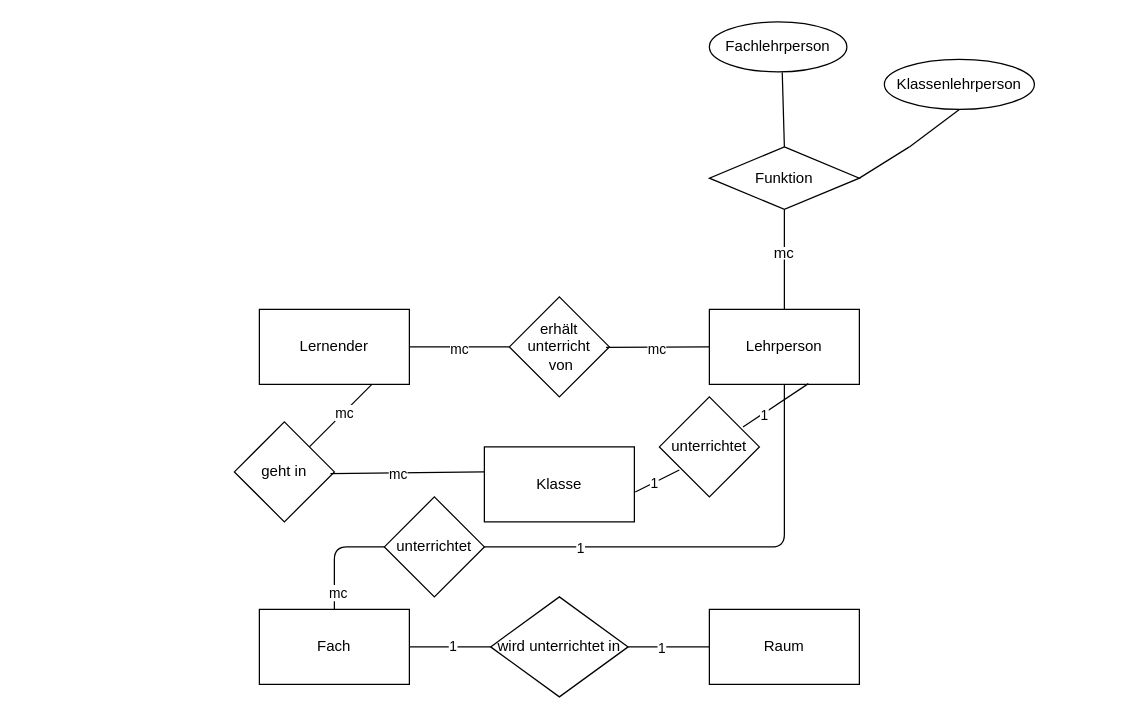
This is 1.LJ/M162/02 ER-Modell/4.6 Stundenplan/4.6 Stundenplan.dio from RubeldiRubelda/BBZW_Arbeitsbl-tter_und_Cheat_Sheets_INA2025, a draw.io file, before an edit. Source tidied: cells renumbered, new cells numbered last; positions are measured from the earlier drawing's top-left corner, leaving out a move shared by most shapes. Both pictures are drawn from the tidied source at 125%, with x=0, y=0 at pixel (234, 21).
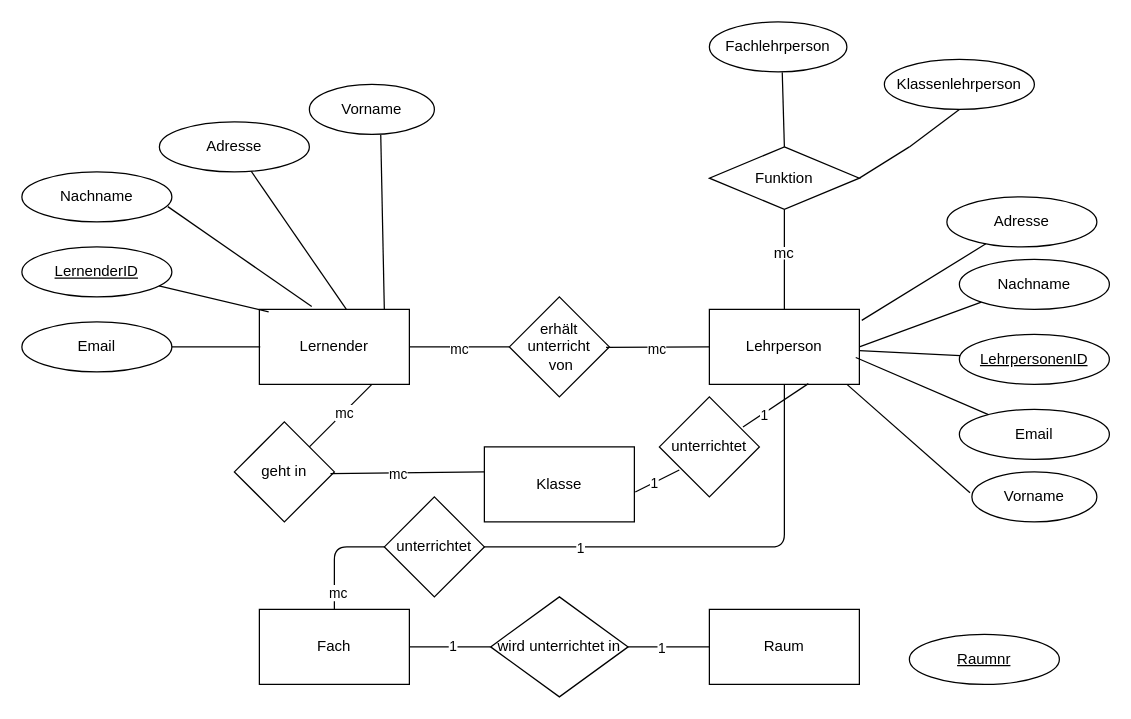
After the change.

Unchanged cells that the change refers to:
```xml
<mxCell id="2" value="Lernender" style="rounded=0;whiteSpace=wrap;html=1;" parent="1" vertex="1">
  <mxGeometry x="20" y="230" width="120" height="60" as="geometry" />
</mxCell>
<mxCell id="3" value="Lehrperson" style="rounded=0;whiteSpace=wrap;html=1;" parent="1" vertex="1">
  <mxGeometry x="380" y="230" width="120" height="60" as="geometry" />
</mxCell>
```

The edit, as a diff of the source:
```diff
@@
+    <mxCell id="40" value="Vorname" style="ellipse;whiteSpace=wrap;html=1;" parent="1" vertex="1">
+      <mxGeometry x="60" y="50" width="100" height="40" as="geometry" />
+    </mxCell>
+    <mxCell id="41" value="Nachname" style="ellipse;whiteSpace=wrap;html=1;" parent="1" vertex="1">
+      <mxGeometry x="-170" y="120" width="120" height="40" as="geometry" />
+    </mxCell>
+    <mxCell id="42" value="&lt;u&gt;LernenderID&lt;/u&gt;" style="ellipse;whiteSpace=wrap;html=1;" parent="1" vertex="1">
+      <mxGeometry x="-170" y="180" width="120" height="40" as="geometry" />
+    </mxCell>
+    <mxCell id="43" value="Email" style="ellipse;whiteSpace=wrap;html=1;" parent="1" vertex="1">
+      <mxGeometry x="-170" y="240" width="120" height="40" as="geometry" />
+    </mxCell>
+    <mxCell id="44" value="Adresse" style="ellipse;whiteSpace=wrap;html=1;" parent="1" vertex="1">
+      <mxGeometry x="-60" y="80" width="120" height="40" as="geometry" />
+    </mxCell>
+    <mxCell id="45" style="endArrow=none;html=1;" parent="1" edge="1" source="43">
+      <mxGeometry relative="1" as="geometry">
+        <mxPoint x="20.7" y="260" as="targetPoint" />
+      </mxGeometry>
+    </mxCell>
+    <mxCell id="46" style="endArrow=none;html=1;entryX=0.062;entryY=0.032;entryDx=0;entryDy=0;entryPerimeter=0;" parent="1" edge="1" source="42" target="2">
+      <mxGeometry relative="1" as="geometry" />
+    </mxCell>
+    <mxCell id="47" style="endArrow=none;html=1;entryX=0.349;entryY=-0.037;entryDx=0;entryDy=0;entryPerimeter=0;exitX=0.973;exitY=0.695;exitDx=0;exitDy=0;exitPerimeter=0;" parent="1" edge="1" source="41" target="2">
+      <mxGeometry relative="1" as="geometry" />
+    </mxCell>
+    <mxCell id="48" style="endArrow=none;html=1;exitX=0.579;exitY=-0.002;exitDx=0;exitDy=0;exitPerimeter=0;" parent="1" edge="1" source="2" target="44">
+      <mxGeometry relative="1" as="geometry" />
+    </mxCell>
+    <mxCell id="49" style="endArrow=none;html=1;entryX=0.571;entryY=1.014;entryDx=0;entryDy=0;entryPerimeter=0;exitX=0.833;exitY=0;exitDx=0;exitDy=0;exitPerimeter=0;" parent="1" edge="1" source="2" target="40">
+      <mxGeometry relative="1" as="geometry" />
+    </mxCell>
+    <mxCell id="50" value="Vorname" style="ellipse;whiteSpace=wrap;html=1;" parent="1" vertex="1">
+      <mxGeometry x="590" y="360" width="100" height="40" as="geometry" />
+    </mxCell>
+    <mxCell id="51" value="Nachname" style="ellipse;whiteSpace=wrap;html=1;" parent="1" vertex="1">
+      <mxGeometry x="580" y="190" width="120" height="40" as="geometry" />
+    </mxCell>
+    <mxCell id="52" value="&lt;u&gt;LehrpersonenID&lt;/u&gt;" style="ellipse;whiteSpace=wrap;html=1;" parent="1" vertex="1">
+      <mxGeometry x="580" y="250" width="120" height="40" as="geometry" />
+    </mxCell>
+    <mxCell id="53" value="Email" style="ellipse;whiteSpace=wrap;html=1;" parent="1" vertex="1">
+      <mxGeometry x="580" y="310" width="120" height="40" as="geometry" />
+    </mxCell>
+    <mxCell id="54" value="Adresse" style="ellipse;whiteSpace=wrap;html=1;" parent="1" vertex="1">
+      <mxGeometry x="570" y="140" width="120" height="40" as="geometry" />
+    </mxCell>
+    <mxCell id="55" style="endArrow=none;html=1;entryX=0.976;entryY=0.641;entryDx=0;entryDy=0;entryPerimeter=0;" parent="1" edge="1" source="53" target="3">
+      <mxGeometry relative="1" as="geometry" />
+    </mxCell>
+    <mxCell id="56" style="endArrow=none;html=1;" parent="1" edge="1" source="52" target="3">
+      <mxGeometry relative="1" as="geometry" />
+    </mxCell>
+    <mxCell id="57" style="endArrow=none;html=1;entryX=1;entryY=0.5;entryDx=0;entryDy=0;exitX=0;exitY=1;exitDx=0;exitDy=0;" parent="1" edge="1" source="51" target="3">
+      <mxGeometry relative="1" as="geometry" />
+    </mxCell>
+    <mxCell id="58" style="endArrow=none;html=1;exitX=1.016;exitY=0.147;exitDx=0;exitDy=0;exitPerimeter=0;" parent="1" edge="1" source="3" target="54">
+      <mxGeometry relative="1" as="geometry" />
+    </mxCell>
+    <mxCell id="59" style="endArrow=none;html=1;entryX=-0.015;entryY=0.418;entryDx=0;entryDy=0;entryPerimeter=0;exitX=0.917;exitY=1;exitDx=0;exitDy=0;exitPerimeter=0;" parent="1" edge="1" source="3" target="50">
+      <mxGeometry relative="1" as="geometry" />
+    </mxCell>
+    <mxCell id="60" value="&lt;u&gt;Raumnr&lt;/u&gt;" style="ellipse;whiteSpace=wrap;html=1;" parent="1" vertex="1">
+      <mxGeometry x="540" y="490" width="120" height="40" as="geometry" />
+    </mxCell>
```
